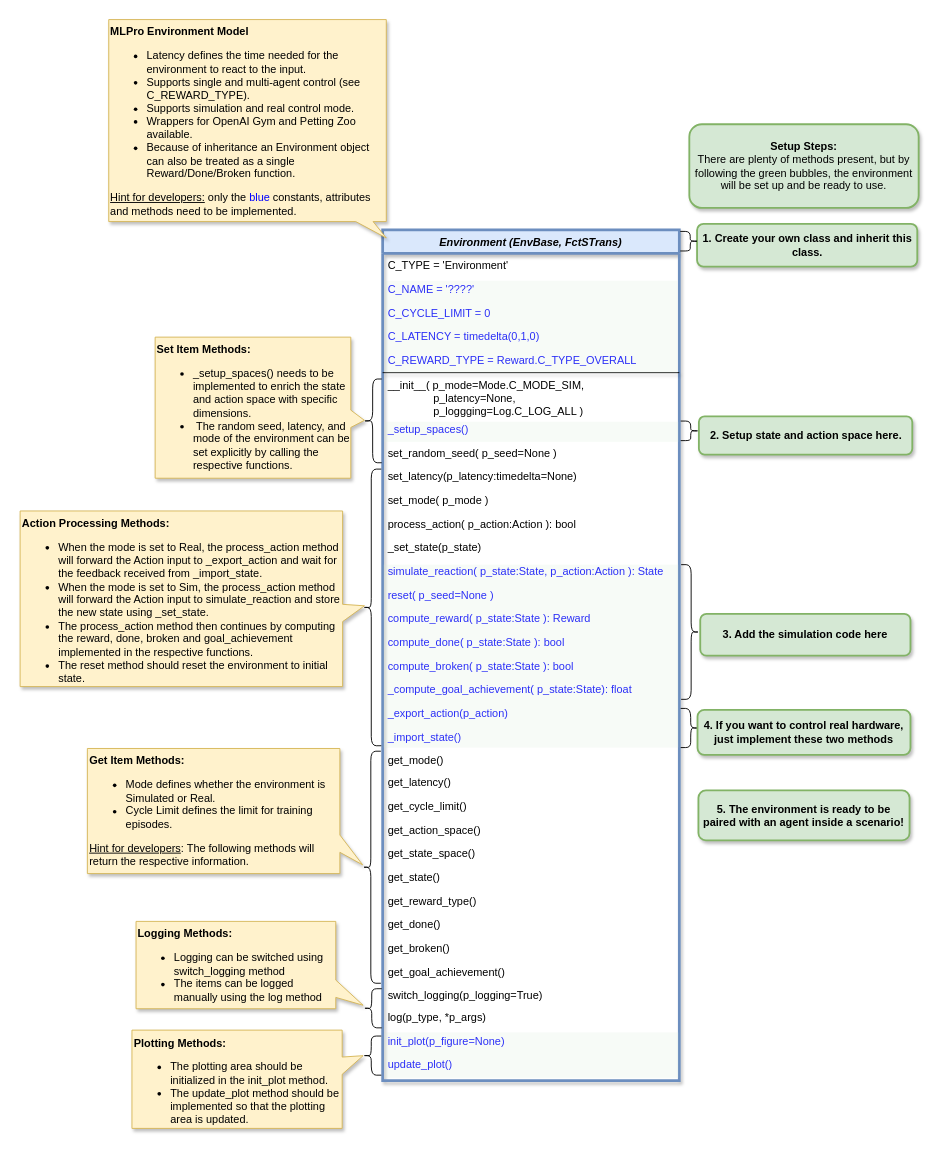
Earlier version of the draw.io diagram doc/rtd/content/rl/env/images/MLPro-RL-Env_class_Environment_commented.drawio (fhswf/MLPro). Source tidied: cells renumbered, new cells numbered last; positions are measured from the earlier drawing's top-left corner, leaving out a move shared by most shapes. Both pictures are drawn from the tidied source at 91%, with x=0, y=0 at pixel (20, 19).
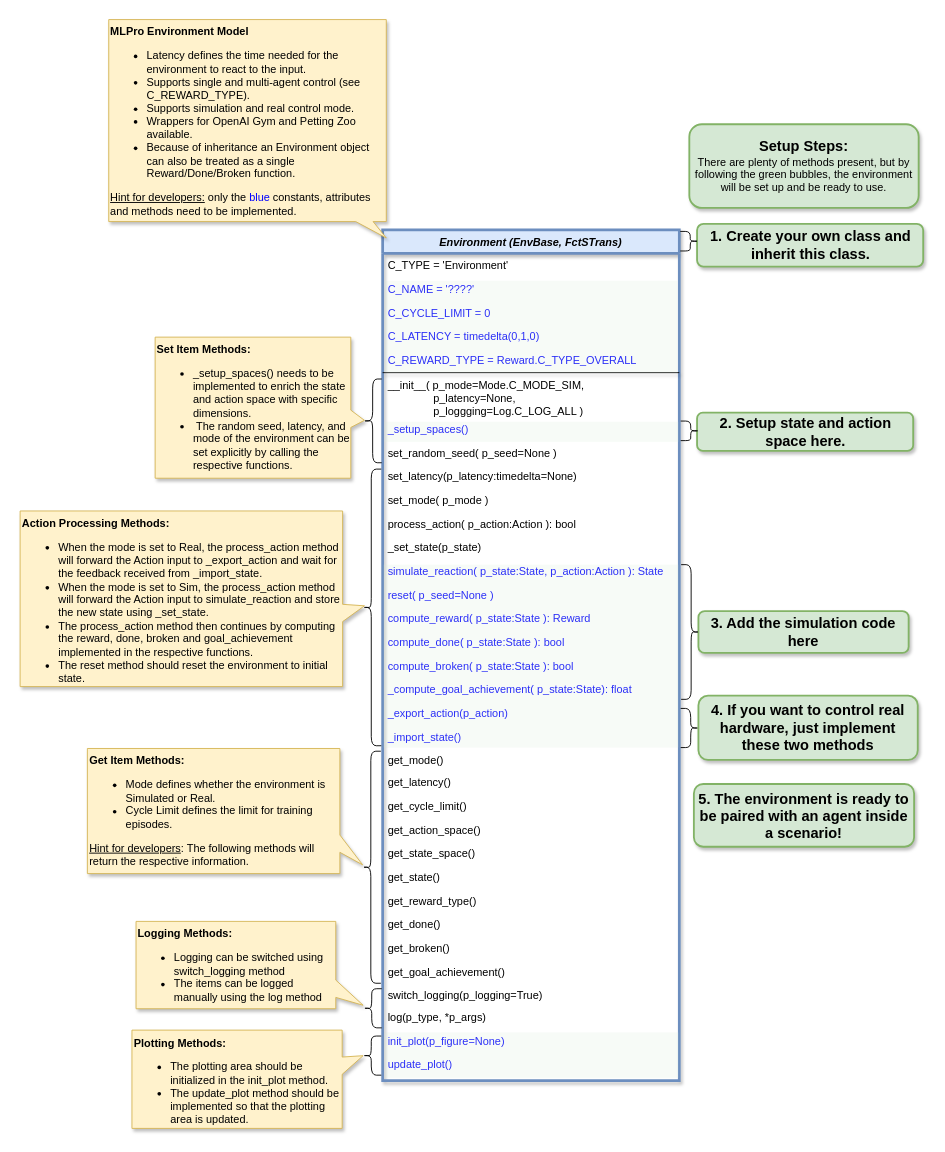
Above is the later version.

Commit message (it also covers changes not shown here):
Increase Step font size in commented diagram #170

Change to the diagram source:
```diff
@@
-    <mxCell id="40" value="&lt;b style=&quot;text-align: left&quot;&gt;2. Setup state and action space here.&lt;/b&gt;" style="rounded=1;whiteSpace=wrap;html=1;strokeColor=#82b366;strokeWidth=2;align=center;fillColor=#d5e8d4;shadow=1;" parent="1" vertex="1">
-      <mxGeometry x="745.5" y="436" width="234.5" height="42" as="geometry" />
+    <mxCell id="40" value="&lt;b style=&quot;text-align: left&quot;&gt;&lt;font style=&quot;font-size: 16px&quot;&gt;2. Setup state and action space here.&lt;/font&gt;&lt;/b&gt;" style="rounded=1;whiteSpace=wrap;html=1;strokeColor=#82b366;strokeWidth=2;align=center;fillColor=#d5e8d4;shadow=1;" parent="1" vertex="1">
+      <mxGeometry x="743.5" y="432" width="237.5" height="42" as="geometry" />
     </mxCell>
-    <mxCell id="41" value="&lt;b&gt;3. Add the simulation code here&lt;/b&gt;" style="rounded=1;whiteSpace=wrap;html=1;strokeColor=#82b366;strokeWidth=2;align=center;fillColor=#d5e8d4;shadow=1;" parent="1" vertex="1">
-      <mxGeometry x="747" y="653" width="231" height="46" as="geometry" />
+    <mxCell id="41" value="&lt;b&gt;&lt;font style=&quot;font-size: 16px&quot;&gt;3. Add the simulation code here&lt;/font&gt;&lt;/b&gt;" style="rounded=1;whiteSpace=wrap;html=1;strokeColor=#82b366;strokeWidth=2;align=center;fillColor=#d5e8d4;shadow=1;" parent="1" vertex="1">
+      <mxGeometry x="745" y="650" width="231" height="46" as="geometry" />
     </mxCell>
-    <mxCell id="42" value="&lt;b&gt;5. The environment is ready to be paired with an agent inside a scenario!&lt;/b&gt;" style="rounded=1;whiteSpace=wrap;html=1;strokeColor=#82b366;strokeWidth=2;align=center;fillColor=#d5e8d4;shadow=1;" parent="1" vertex="1">
-      <mxGeometry x="745" y="847" width="232" height="55" as="geometry" />
+    <mxCell id="42" value="&lt;b&gt;&lt;font style=&quot;font-size: 16px&quot;&gt;5. The environment is ready to be paired with an agent inside a scenario!&lt;/font&gt;&lt;/b&gt;" style="rounded=1;whiteSpace=wrap;html=1;strokeColor=#82b366;strokeWidth=2;align=center;fillColor=#d5e8d4;shadow=1;" parent="1" vertex="1">
+      <mxGeometry x="740" y="840" width="242" height="69" as="geometry" />
     </mxCell>
-    <mxCell id="43" value="&lt;b style=&quot;text-align: left&quot;&gt;1. Create your own class and inherit this class.&lt;/b&gt;" style="rounded=1;whiteSpace=wrap;html=1;strokeColor=#82b366;strokeWidth=2;align=center;fillColor=#d5e8d4;shadow=1;" parent="1" vertex="1">
-      <mxGeometry x="743.5" y="224.5" width="242" height="47" as="geometry" />
+    <mxCell id="43" value="&lt;b style=&quot;text-align: left&quot;&gt;&lt;font style=&quot;font-size: 16px&quot;&gt;1. Create your own class and inherit this class.&lt;/font&gt;&lt;/b&gt;" style="rounded=1;whiteSpace=wrap;html=1;strokeColor=#82b366;strokeWidth=2;align=center;fillColor=#d5e8d4;shadow=1;" parent="1" vertex="1">
+      <mxGeometry x="743.5" y="224.5" width="248.5" height="47" as="geometry" />
     </mxCell>
-    <mxCell id="44" value="&lt;b&gt;Setup Steps:&lt;/b&gt;&lt;br&gt;&lt;span&gt;There are plenty of methods present, but by following the green bubbles, the environment will be set up and be ready to use.&lt;/span&gt;" style="rounded=1;whiteSpace=wrap;html=1;strokeColor=#82b366;strokeWidth=2;align=center;fillColor=#d5e8d4;shadow=1;glass=0;sketch=0;" parent="1" vertex="1">
+    <mxCell id="44" value="&lt;b&gt;&lt;font style=&quot;font-size: 16px&quot;&gt;Setup Steps:&lt;/font&gt;&lt;/b&gt;&lt;br&gt;&lt;span&gt;There are plenty of methods present, but by following the green bubbles, the environment will be set up and be ready to use.&lt;/span&gt;" style="rounded=1;whiteSpace=wrap;html=1;strokeColor=#82b366;strokeWidth=2;align=center;fillColor=#d5e8d4;shadow=1;glass=0;sketch=0;" parent="1" vertex="1">
       <mxGeometry x="735" y="115" width="252" height="92" as="geometry" />
     </mxCell>
@@
-    <mxCell id="56" value="&lt;b&gt;4. If you want to control real hardware, just implement these two methods&lt;/b&gt;" style="rounded=1;whiteSpace=wrap;html=1;strokeColor=#82b366;strokeWidth=2;align=center;fillColor=#d5e8d4;shadow=1;" parent="1" vertex="1">
-      <mxGeometry x="744" y="758.5" width="234" height="49.5" as="geometry" />
+    <mxCell id="56" value="&lt;b&gt;&lt;font style=&quot;font-size: 16px&quot;&gt;4. If you want to control real hardware, just implement these two methods&lt;/font&gt;&lt;/b&gt;" style="rounded=1;whiteSpace=wrap;html=1;strokeColor=#82b366;strokeWidth=2;align=center;fillColor=#d5e8d4;shadow=1;" parent="1" vertex="1">
+      <mxGeometry x="745" y="743" width="241" height="70.5" as="geometry" />
     </mxCell>
```
